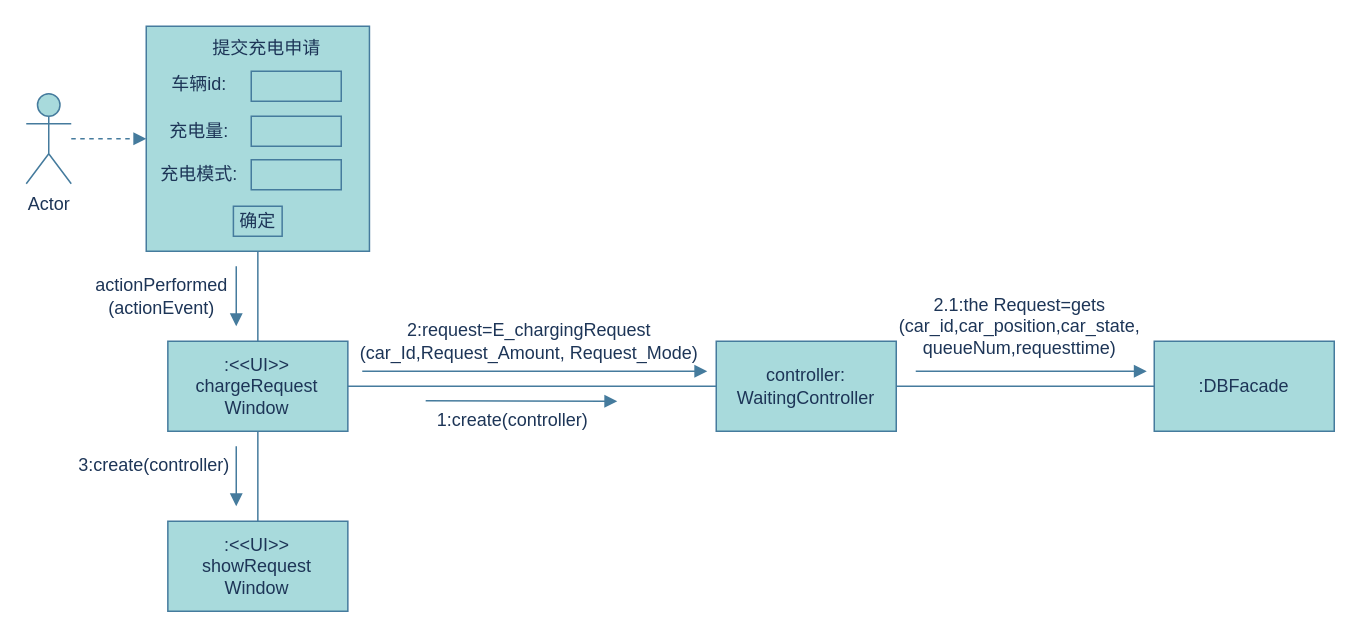
The draw.io diagram 2.1.1.drawio in uk-pk-mkk/OOD-UML, before the edit. Source tidied: cells renumbered, new cells numbered last; positions are measured from the earlier drawing's top-left corner, leaving out a move shared by most shapes. Both pictures are drawn from the tidied source at 150%, with x=0, y=0 at pixel (26, 26).
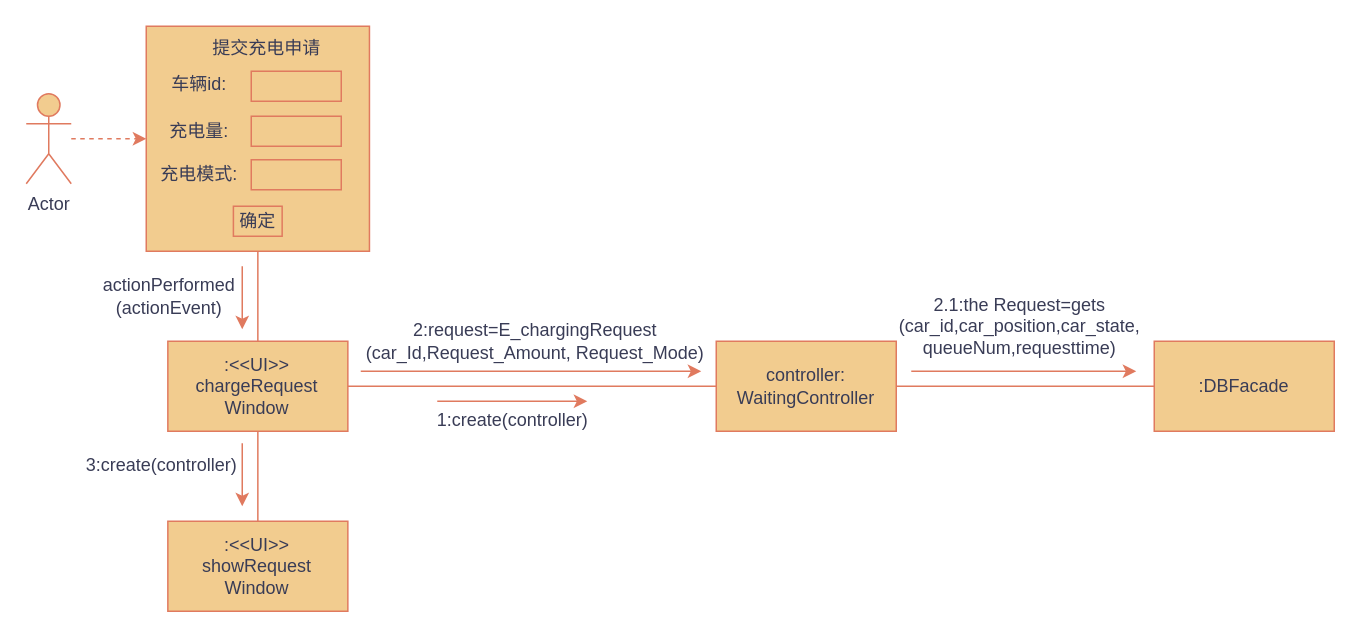
Above is the later version.

The edit, as a diff of the source:
```diff
@@
-    <mxCell id="2" value="Actor" style="shape=umlActor;verticalLabelPosition=bottom;verticalAlign=top;html=1;rounded=0;labelBackgroundColor=none;fillColor=#A8DADC;strokeColor=#457B9D;fontColor=#1D3557;" parent="1" vertex="1">
+    <mxCell id="2" value="Actor" style="shape=umlActor;verticalLabelPosition=bottom;verticalAlign=top;html=1;rounded=0;labelBackgroundColor=none;fillColor=#F2CC8F;strokeColor=#E07A5F;fontColor=#393C56;" parent="1" vertex="1">
       <mxGeometry y="45" width="30" height="60" as="geometry" />
     </mxCell>
-    <mxCell id="3" style="edgeStyle=orthogonalEdgeStyle;rounded=0;jettySize=auto;html=1;exitX=0.5;exitY=1;exitDx=0;exitDy=0;entryX=0.5;entryY=0;entryDx=0;entryDy=0;endArrow=none;startFill=0;labelBackgroundColor=none;strokeColor=#457B9D;fontColor=default;" parent="1" edge="1" source="4" target="18">
+    <mxCell id="3" style="edgeStyle=orthogonalEdgeStyle;rounded=0;jettySize=auto;html=1;exitX=0.5;exitY=1;exitDx=0;exitDy=0;entryX=0.5;entryY=0;entryDx=0;entryDy=0;endArrow=none;startFill=0;labelBackgroundColor=none;strokeColor=#E07A5F;fontColor=default;" parent="1" edge="1" source="4" target="18">
       <mxGeometry relative="1" as="geometry" />
     </mxCell>
-    <mxCell id="4" value=":&amp;lt;&amp;lt;UI&amp;gt;&amp;gt;&lt;div&gt;chargeRequest&lt;div&gt;Window&lt;/div&gt;&lt;/div&gt;" style="rounded=0;whiteSpace=wrap;html=1;labelBackgroundColor=none;fillColor=#A8DADC;strokeColor=#457B9D;fontColor=#1D3557;" parent="1" vertex="1">
+    <mxCell id="4" value=":&amp;lt;&amp;lt;UI&amp;gt;&amp;gt;&lt;div&gt;chargeRequest&lt;div&gt;Window&lt;/div&gt;&lt;/div&gt;" style="rounded=0;whiteSpace=wrap;html=1;labelBackgroundColor=none;fillColor=#F2CC8F;strokeColor=#E07A5F;fontColor=#393C56;" parent="1" vertex="1">
       <mxGeometry x="94.4" y="210" width="120" height="60" as="geometry" />
     </mxCell>
-    <mxCell id="5" style="rounded=0;whiteSpace=wrap;html=1;labelBackgroundColor=none;fillColor=#A8DADC;strokeColor=#457B9D;fontColor=#1D3557;" parent="1" vertex="1">
+    <mxCell id="5" style="rounded=0;whiteSpace=wrap;html=1;labelBackgroundColor=none;fillColor=#F2CC8F;strokeColor=#E07A5F;fontColor=#393C56;" parent="1" vertex="1">
       <mxGeometry x="80" width="148.8" height="150" as="geometry" />
     </mxCell>
-    <mxCell id="6" style="endArrow=block;dashed=1;html=1;rounded=0;entryX=0;entryY=0.5;entryDx=0;entryDy=0;startArrow=none;startFill=0;endFill=1;labelBackgroundColor=none;strokeColor=#457B9D;fontColor=default;" parent="1" edge="1" source="2" target="5">
+    <mxCell id="6" style="endArrow=classic;dashed=1;html=1;rounded=0;entryX=0;entryY=0.5;entryDx=0;entryDy=0;startArrow=none;startFill=0;endFill=1;labelBackgroundColor=none;strokeColor=#E07A5F;fontColor=default;" parent="1" edge="1" source="2" target="5">
       <mxGeometry relative="1" as="geometry" />
     </mxCell>
-    <mxCell id="7" style="rounded=0;whiteSpace=wrap;html=1;labelBackgroundColor=none;fillColor=#A8DADC;strokeColor=#457B9D;fontColor=#1D3557;" parent="1" vertex="1">
+    <mxCell id="7" style="rounded=0;whiteSpace=wrap;html=1;labelBackgroundColor=none;fillColor=#F2CC8F;strokeColor=#E07A5F;fontColor=#393C56;" parent="1" vertex="1">
       <mxGeometry x="150" y="30" width="60" height="20" as="geometry" />
     </mxCell>
-    <mxCell id="8" style="rounded=0;whiteSpace=wrap;html=1;labelBackgroundColor=none;fillColor=#A8DADC;strokeColor=#457B9D;fontColor=#1D3557;" parent="1" vertex="1">
+    <mxCell id="8" style="rounded=0;whiteSpace=wrap;html=1;labelBackgroundColor=none;fillColor=#F2CC8F;strokeColor=#E07A5F;fontColor=#393C56;" parent="1" vertex="1">
       <mxGeometry x="150" y="60" width="60" height="20" as="geometry" />
     </mxCell>
-    <mxCell id="9" style="rounded=0;whiteSpace=wrap;html=1;labelBackgroundColor=none;fillColor=#A8DADC;strokeColor=#457B9D;fontColor=#1D3557;" parent="1" vertex="1">
+    <mxCell id="9" style="rounded=0;whiteSpace=wrap;html=1;labelBackgroundColor=none;fillColor=#F2CC8F;strokeColor=#E07A5F;fontColor=#393C56;" parent="1" vertex="1">
       <mxGeometry x="150" y="89" width="60" height="20" as="geometry" />
     </mxCell>
-    <mxCell id="10" value="提交充电申请" style="text;html=1;align=center;verticalAlign=middle;strokeColor=none;fillColor=none;rounded=0;labelBackgroundColor=none;fontColor=#1D3557;" parent="1" vertex="1">
+    <mxCell id="10" value="提交充电申请" style="text;html=1;align=center;verticalAlign=middle;strokeColor=none;fillColor=none;rounded=0;labelBackgroundColor=none;fontColor=#393C56;" parent="1" vertex="1">
       <mxGeometry x="110" width="100" height="30" as="geometry" />
     </mxCell>
-    <mxCell id="11" value="车辆id:" style="text;html=1;align=center;verticalAlign=middle;strokeColor=none;fillColor=none;rounded=0;labelBackgroundColor=none;fontColor=#1D3557;" parent="1" vertex="1">
+    <mxCell id="11" value="车辆id:" style="text;html=1;align=center;verticalAlign=middle;strokeColor=none;fillColor=none;rounded=0;labelBackgroundColor=none;fontColor=#393C56;" parent="1" vertex="1">
       <mxGeometry x="85" y="24" width="60" height="30" as="geometry" />
     </mxCell>
-    <mxCell id="12" value="充电量:" style="text;html=1;align=center;verticalAlign=middle;strokeColor=none;fillColor=none;rounded=0;labelBackgroundColor=none;fontColor=#1D3557;" parent="1" vertex="1">
+    <mxCell id="12" value="充电量:" style="text;html=1;align=center;verticalAlign=middle;strokeColor=none;fillColor=none;rounded=0;labelBackgroundColor=none;fontColor=#393C56;" parent="1" vertex="1">
       <mxGeometry x="85" y="55" width="60" height="30" as="geometry" />
     </mxCell>
-    <mxCell id="13" value="充电模式:" style="text;html=1;align=center;verticalAlign=middle;strokeColor=none;fillColor=none;rounded=0;labelBackgroundColor=none;fontColor=#1D3557;" parent="1" vertex="1">
+    <mxCell id="13" value="充电模式:" style="text;html=1;align=center;verticalAlign=middle;strokeColor=none;fillColor=none;rounded=0;labelBackgroundColor=none;fontColor=#393C56;" parent="1" vertex="1">
       <mxGeometry x="80" y="84" width="70" height="30" as="geometry" />
     </mxCell>
-    <mxCell id="14" value="确定" style="rounded=0;whiteSpace=wrap;html=1;labelBackgroundColor=none;fillColor=#A8DADC;strokeColor=#457B9D;fontColor=#1D3557;" parent="1" vertex="1">
+    <mxCell id="14" value="确定" style="rounded=0;whiteSpace=wrap;html=1;labelBackgroundColor=none;fillColor=#F2CC8F;strokeColor=#E07A5F;fontColor=#393C56;" parent="1" vertex="1">
       <mxGeometry x="138.1" y="120" width="32.5" height="20" as="geometry" />
     </mxCell>
-    <mxCell id="15" style="endArrow=none;html=1;rounded=0;entryX=0.5;entryY=1;entryDx=0;entryDy=0;exitX=0.5;exitY=0;exitDx=0;exitDy=0;labelBackgroundColor=none;strokeColor=#457B9D;fontColor=default;" parent="1" edge="1" source="4" target="5">
+    <mxCell id="15" style="endArrow=none;html=1;rounded=0;entryX=0.5;entryY=1;entryDx=0;entryDy=0;exitX=0.5;exitY=0;exitDx=0;exitDy=0;labelBackgroundColor=none;strokeColor=#E07A5F;fontColor=default;" parent="1" edge="1" source="4" target="5">
       <mxGeometry relative="1" as="geometry" />
     </mxCell>
-    <mxCell id="16" style="endArrow=block;html=1;rounded=0;endFill=1;labelBackgroundColor=none;strokeColor=#457B9D;fontColor=default;" parent="1" edge="1">
-      <mxGeometry relative="1" as="geometry">
-        <mxPoint x="140" y="160" as="sourcePoint" />
-        <mxPoint x="140" y="200" as="targetPoint" />
-      </mxGeometry>
-    </mxCell>
-    <mxCell id="17" value="actionPerformed&lt;div&gt;(actionEvent)&lt;/div&gt;" style="text;html=1;align=center;verticalAlign=middle;strokeColor=none;fillColor=none;rounded=0;labelBackgroundColor=none;fontColor=#1D3557;" parent="1" vertex="1">
-      <mxGeometry x="35" y="160" width="110" height="40" as="geometry" />
+    <mxCell id="17" value="actionPerformed&lt;div&gt;(actionEvent)&lt;/div&gt;" style="text;html=1;align=center;verticalAlign=middle;strokeColor=none;fillColor=none;rounded=0;labelBackgroundColor=none;fontColor=#393C56;" parent="1" vertex="1">
+      <mxGeometry x="40" y="160" width="110" height="40" as="geometry" />
     </mxCell>
-    <mxCell id="18" value=":&amp;lt;&amp;lt;UI&amp;gt;&amp;gt;&lt;div&gt;showRequest&lt;div&gt;Window&lt;/div&gt;&lt;/div&gt;" style="rounded=0;whiteSpace=wrap;html=1;labelBackgroundColor=none;fillColor=#A8DADC;strokeColor=#457B9D;fontColor=#1D3557;" parent="1" vertex="1">
+    <mxCell id="18" value=":&amp;lt;&amp;lt;UI&amp;gt;&amp;gt;&lt;div&gt;showRequest&lt;div&gt;Window&lt;/div&gt;&lt;/div&gt;" style="rounded=0;whiteSpace=wrap;html=1;labelBackgroundColor=none;fillColor=#F2CC8F;strokeColor=#E07A5F;fontColor=#393C56;" parent="1" vertex="1">
       <mxGeometry x="94.4" y="330" width="120" height="60" as="geometry" />
     </mxCell>
-    <mxCell id="19" style="endArrow=block;html=1;rounded=0;endFill=1;labelBackgroundColor=none;strokeColor=#457B9D;fontColor=default;" parent="1" edge="1">
-      <mxGeometry relative="1" as="geometry">
-        <mxPoint x="140" y="280" as="sourcePoint" />
-        <mxPoint x="140" y="320" as="targetPoint" />
-      </mxGeometry>
-    </mxCell>
-    <mxCell id="20" value="3:create(controller)" style="text;html=1;align=center;verticalAlign=middle;strokeColor=none;fillColor=none;rounded=0;labelBackgroundColor=none;fontColor=#1D3557;" parent="1" vertex="1">
-      <mxGeometry x="25" y="278" width="120" height="30" as="geometry" />
+    <mxCell id="20" value="3:create(controller)" style="text;html=1;align=center;verticalAlign=middle;strokeColor=none;fillColor=none;rounded=0;labelBackgroundColor=none;fontColor=#393C56;" parent="1" vertex="1">
+      <mxGeometry x="30" y="278" width="120" height="30" as="geometry" />
     </mxCell>
-    <mxCell id="21" style="edgeStyle=orthogonalEdgeStyle;rounded=0;jettySize=auto;html=1;exitX=1;exitY=0.5;exitDx=0;exitDy=0;entryX=0;entryY=0.5;entryDx=0;entryDy=0;endArrow=none;startFill=0;labelBackgroundColor=none;strokeColor=#457B9D;fontColor=default;" parent="1" edge="1" source="22" target="23">
+    <mxCell id="21" style="edgeStyle=orthogonalEdgeStyle;rounded=0;jettySize=auto;html=1;exitX=1;exitY=0.5;exitDx=0;exitDy=0;entryX=0;entryY=0.5;entryDx=0;entryDy=0;endArrow=none;startFill=0;labelBackgroundColor=none;strokeColor=#E07A5F;fontColor=default;" parent="1" edge="1" source="22" target="23">
       <mxGeometry relative="1" as="geometry" />
     </mxCell>
-    <mxCell id="22" value="controller:&lt;br&gt;WaitingController" style="rounded=0;whiteSpace=wrap;html=1;labelBackgroundColor=none;fillColor=#A8DADC;strokeColor=#457B9D;fontColor=#1D3557;" parent="1" vertex="1">
+    <mxCell id="22" value="controller:&lt;br&gt;WaitingController" style="rounded=0;whiteSpace=wrap;html=1;labelBackgroundColor=none;fillColor=#F2CC8F;strokeColor=#E07A5F;fontColor=#393C56;" parent="1" vertex="1">
       <mxGeometry x="460" y="210" width="120" height="60" as="geometry" />
     </mxCell>
-    <mxCell id="23" value=":DBFacade" style="rounded=0;whiteSpace=wrap;html=1;labelBackgroundColor=none;fillColor=#A8DADC;strokeColor=#457B9D;fontColor=#1D3557;" parent="1" vertex="1">
+    <mxCell id="23" value=":DBFacade" style="rounded=0;whiteSpace=wrap;html=1;labelBackgroundColor=none;fillColor=#F2CC8F;strokeColor=#E07A5F;fontColor=#393C56;" parent="1" vertex="1">
       <mxGeometry x="752" y="210" width="120" height="60" as="geometry" />
     </mxCell>
-    <mxCell id="24" style="endArrow=none;html=1;rounded=0;entryX=1;entryY=0.5;entryDx=0;entryDy=0;exitX=0;exitY=0.5;exitDx=0;exitDy=0;labelBackgroundColor=none;strokeColor=#457B9D;fontColor=default;" parent="1" edge="1" source="22" target="4">
+    <mxCell id="24" style="endArrow=none;html=1;rounded=0;entryX=1;entryY=0.5;entryDx=0;entryDy=0;exitX=0;exitY=0.5;exitDx=0;exitDy=0;labelBackgroundColor=none;strokeColor=#E07A5F;fontColor=default;" parent="1" edge="1" source="22" target="4">
       <mxGeometry relative="1" as="geometry" />
     </mxCell>
-    <mxCell id="25" style="endArrow=block;html=1;rounded=0;endFill=1;labelBackgroundColor=none;strokeColor=#457B9D;fontColor=default;" parent="1" edge="1">
-      <mxGeometry relative="1" as="geometry">
-        <mxPoint x="224" y="230" as="sourcePoint" />
-        <mxPoint x="454" y="230" as="targetPoint" />
-      </mxGeometry>
-    </mxCell>
-    <mxCell id="26" style="endArrow=block;html=1;rounded=0;endFill=1;labelBackgroundColor=none;strokeColor=#457B9D;fontColor=default;exitX=0.019;exitY=0.056;exitDx=0;exitDy=0;exitPerimeter=0;" parent="1" edge="1" source="28">
-      <mxGeometry relative="1" as="geometry">
-        <mxPoint x="394" y="250" as="targetPoint" />
-      </mxGeometry>
-    </mxCell>
-    <mxCell id="27" style="endArrow=block;html=1;rounded=0;endFill=1;labelBackgroundColor=none;strokeColor=#457B9D;fontColor=default;" parent="1" edge="1">
-      <mxGeometry relative="1" as="geometry">
-        <mxPoint x="593" y="230" as="sourcePoint" />
-        <mxPoint x="747" y="230" as="targetPoint" />
-      </mxGeometry>
-    </mxCell>
-    <mxCell id="28" value="1:create(controller)" style="text;html=1;align=center;verticalAlign=middle;points=[];strokeColor=none;fillColor=none;rounded=0;labelBackgroundColor=none;fontColor=#1D3557;" parent="1" vertex="1">
+    <mxCell id="28" value="1:create(controller)" style="text;html=1;align=center;verticalAlign=middle;points=[];strokeColor=none;fillColor=none;rounded=0;labelBackgroundColor=none;fontColor=#393C56;" parent="1" vertex="1">
       <mxGeometry x="264" y="248" width="120" height="30" as="geometry" />
     </mxCell>
-    <mxCell id="29" value="2.1:the Request=gets&lt;div&gt;(car_id,car_position,car_state,&lt;/div&gt;&lt;div&gt;queueNum,requesttime)&lt;/div&gt;" style="text;html=1;align=center;verticalAlign=middle;strokeColor=none;fillColor=none;rounded=0;labelBackgroundColor=none;fontColor=#1D3557;" parent="1" vertex="1">
+    <mxCell id="29" value="2.1:the Request=gets&lt;div&gt;(car_id,car_position,car_state,&lt;/div&gt;&lt;div&gt;queueNum,requesttime)&lt;/div&gt;" style="text;html=1;align=center;verticalAlign=middle;strokeColor=none;fillColor=none;rounded=0;labelBackgroundColor=none;fontColor=#393C56;" parent="1" vertex="1">
       <mxGeometry x="572" y="170" width="180" height="60" as="geometry" />
     </mxCell>
-    <mxCell id="30" value="2:request=E_chargingRequest&lt;div&gt;(car_Id,Request_Amount, Request_Mode)&lt;/div&gt;" style="text;html=1;align=center;verticalAlign=middle;strokeColor=none;fillColor=none;fontColor=#1D3557;" parent="1" vertex="1">
-      <mxGeometry x="210" y="190" width="250" height="40" as="geometry" />
+    <mxCell id="30" value="2:request=E_chargingRequest&lt;div&gt;(car_Id,Request_Amount, Request_Mode)&lt;/div&gt;" style="text;html=1;align=center;verticalAlign=middle;strokeColor=none;fillColor=none;fontColor=#393C56;labelBackgroundColor=none;" parent="1" vertex="1">
+      <mxGeometry x="214.4" y="190" width="250" height="40" as="geometry" />
     </mxCell>
+    <mxCell id="31" style="endArrow=classic;html=1;rounded=0;labelBackgroundColor=none;strokeColor=#E07A5F;fontColor=default;" parent="1" edge="1">
+      <mxGeometry relative="1" as="geometry">
+        <mxPoint x="274" y="250" as="sourcePoint" />
+        <mxPoint x="374" y="250" as="targetPoint" />
+      </mxGeometry>
+    </mxCell>
+    <mxCell id="32" style="endArrow=classic;html=1;rounded=0;labelBackgroundColor=none;strokeColor=#E07A5F;fontColor=default;" parent="1" edge="1">
+      <mxGeometry relative="1" as="geometry">
+        <mxPoint x="223" y="230" as="sourcePoint" />
+        <mxPoint x="450" y="230" as="targetPoint" />
+      </mxGeometry>
+    </mxCell>
+    <mxCell id="33" style="endArrow=classic;html=1;rounded=0;labelBackgroundColor=none;strokeColor=#E07A5F;fontColor=default;" parent="1" edge="1">
+      <mxGeometry relative="1" as="geometry">
+        <mxPoint x="590" y="230" as="sourcePoint" />
+        <mxPoint x="740" y="230" as="targetPoint" />
+      </mxGeometry>
+    </mxCell>
+    <mxCell id="34" style="endArrow=classic;html=1;rounded=0;labelBackgroundColor=none;strokeColor=#E07A5F;fontColor=default;" parent="1" edge="1">
+      <mxGeometry relative="1" as="geometry">
+        <mxPoint x="144" y="278" as="sourcePoint" />
+        <mxPoint x="144" y="320" as="targetPoint" />
+      </mxGeometry>
+    </mxCell>
+    <mxCell id="35" style="endArrow=classic;html=1;rounded=0;labelBackgroundColor=none;strokeColor=#E07A5F;fontColor=default;" parent="1" edge="1">
+      <mxGeometry relative="1" as="geometry">
+        <mxPoint x="144" y="160" as="sourcePoint" />
+        <mxPoint x="144" y="202" as="targetPoint" />
+      </mxGeometry>
+    </mxCell>
```
